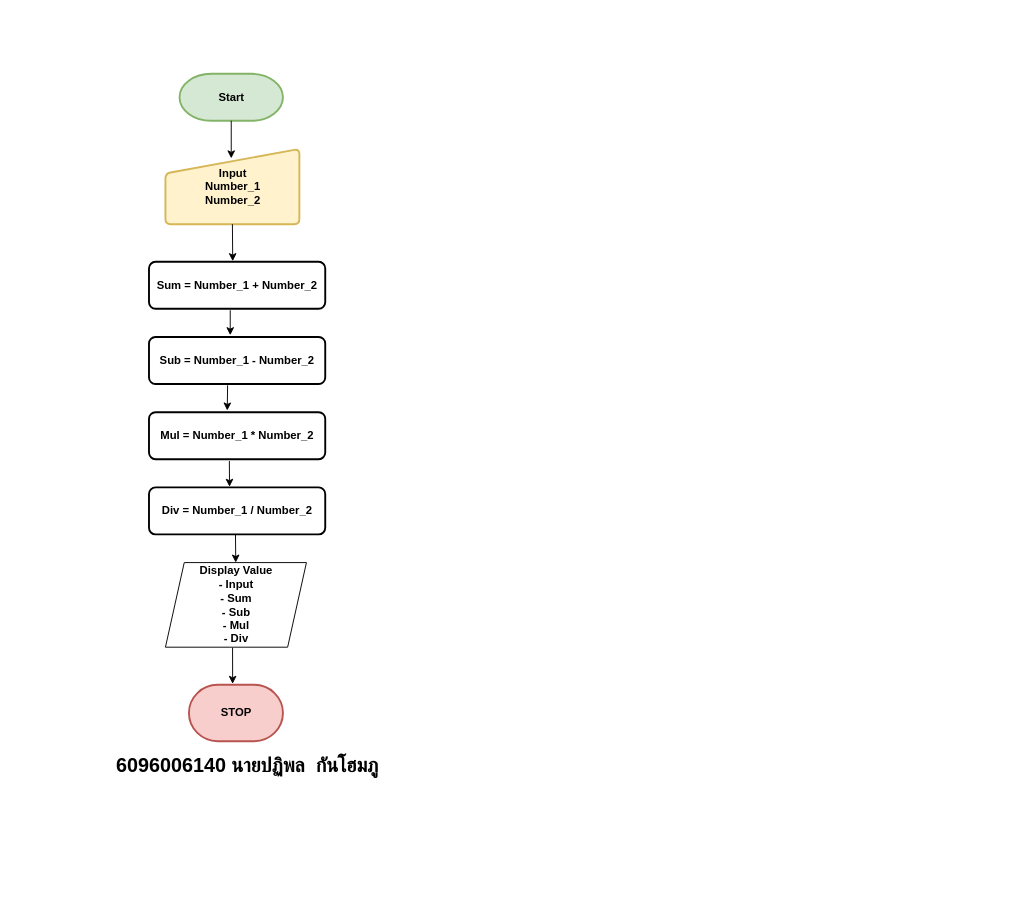
The draw.io diagram EX03_Calculation.drawio in inherthz/LearningByDoing, before the edit. Source tidied: cells renumbered, new cells numbered last; positions are measured from the earlier drawing's top-left corner, leaving out a move shared by most shapes. Both pictures are drawn from the tidied source at 94%, with x=0, y=0 at pixel (40, 73).
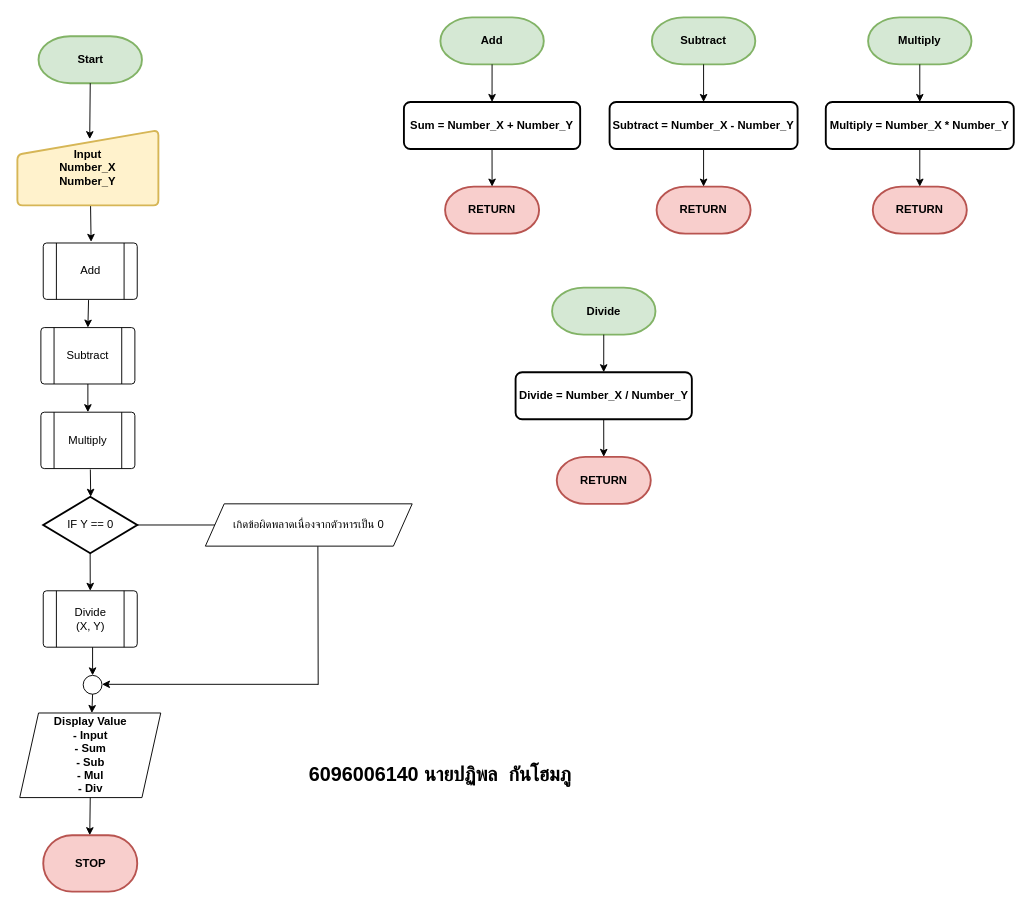
The same page after the edit.

The edit, as a diff of the source:
```diff
@@
     <mxCell id="2" value="Start" style="strokeWidth=2;html=1;shape=mxgraph.flowchart.terminator;whiteSpace=wrap;fontStyle=1;fillColor=#d5e8d4;strokeColor=#82b366;" parent="1" vertex="1">
-      <mxGeometry x="147.5" width="110" height="50" as="geometry" />
+      <mxGeometry x="-2.5" y="-40" width="110" height="50" as="geometry" />
     </mxCell>
-    <mxCell id="3" value="Sum = Number_1 + Number_2" style="rounded=1;whiteSpace=wrap;html=1;absoluteArcSize=1;arcSize=14;strokeWidth=2;fontStyle=1;" parent="1" vertex="1">
-      <mxGeometry x="115" y="200" width="187.5" height="50" as="geometry" />
+    <mxCell id="3" value="Sum = Number_X + Number_Y" style="rounded=1;whiteSpace=wrap;html=1;absoluteArcSize=1;arcSize=14;strokeWidth=2;fontStyle=1;" parent="1" vertex="1">
+      <mxGeometry x="386.2" y="30" width="187.5" height="50" as="geometry" />
     </mxCell>
-    <mxCell id="4" value="Sub = Number_1 - Number_2" style="rounded=1;whiteSpace=wrap;html=1;absoluteArcSize=1;arcSize=14;strokeWidth=2;fontStyle=1;" parent="1" vertex="1">
-      <mxGeometry x="115" y="280" width="187.5" height="50" as="geometry" />
-    </mxCell>
-    <mxCell id="5" value="Mul = Number_1 * Number_2" style="rounded=1;whiteSpace=wrap;html=1;absoluteArcSize=1;arcSize=14;strokeWidth=2;fontStyle=1;" parent="1" vertex="1">
-      <mxGeometry x="115" y="360" width="187.5" height="50" as="geometry" />
-    </mxCell>
-    <mxCell id="6" value="Div = Number_1 / Number_2" style="rounded=1;whiteSpace=wrap;html=1;absoluteArcSize=1;arcSize=14;strokeWidth=2;fontStyle=1;" parent="1" vertex="1">
-      <mxGeometry x="115" y="440" width="187.5" height="50" as="geometry" />
-    </mxCell>
     <mxCell id="7" value="STOP" style="strokeWidth=2;html=1;shape=mxgraph.flowchart.terminator;whiteSpace=wrap;fontStyle=1;fillColor=#f8cecc;strokeColor=#b85450;" parent="1" vertex="1">
-      <mxGeometry x="157.5" y="650" width="100" height="60" as="geometry" />
+      <mxGeometry x="2.5" y="810" width="100" height="60" as="geometry" />
     </mxCell>
-    <mxCell id="8" style="endArrow=classic;html=1;rounded=0;exitX=0.5;exitY=1;exitDx=0;exitDy=0;exitPerimeter=0;entryX=0.5;entryY=0;entryDx=0;entryDy=0;" parent="1" edge="1" source="2">
-      <mxGeometry relative="1" as="geometry">
-        <mxPoint x="202.5" y="90" as="targetPoint" />
-      </mxGeometry>
-    </mxCell>
-    <mxCell id="9" style="endArrow=classic;html=1;rounded=0;entryX=0.461;entryY=-0.038;entryDx=0;entryDy=0;entryPerimeter=0;exitX=0.461;exitY=1.031;exitDx=0;exitDy=0;exitPerimeter=0;" parent="1" edge="1" source="3" target="4">
-      <mxGeometry relative="1" as="geometry" />
-    </mxCell>
-    <mxCell id="10" style="endArrow=classic;html=1;rounded=0;entryX=0.444;entryY=-0.036;entryDx=0;entryDy=0;entryPerimeter=0;exitX=0.446;exitY=1.028;exitDx=0;exitDy=0;exitPerimeter=0;" parent="1" edge="1" source="4" target="5">
-      <mxGeometry relative="1" as="geometry" />
-    </mxCell>
-    <mxCell id="11" style="endArrow=classic;html=1;rounded=0;entryX=0.457;entryY=-0.013;entryDx=0;entryDy=0;entryPerimeter=0;exitX=0.456;exitY=1.039;exitDx=0;exitDy=0;exitPerimeter=0;" parent="1" edge="1" source="5" target="6">
-      <mxGeometry relative="1" as="geometry" />
-    </mxCell>
-    <mxCell id="12" style="endArrow=classic;html=1;rounded=0;entryX=0.495;entryY=-0.029;entryDx=0;entryDy=0;entryPerimeter=0;" parent="1" edge="1">
-      <mxGeometry relative="1" as="geometry">
-        <mxPoint x="207" y="490" as="sourcePoint" />
-        <mxPoint x="207.3" y="520" as="targetPoint" />
-      </mxGeometry>
-    </mxCell>
-    <mxCell id="13" style="endArrow=classic;html=1;rounded=0;exitX=0.476;exitY=1.005;exitDx=0;exitDy=0;exitPerimeter=0;" parent="1" edge="1" source="14">
-      <mxGeometry relative="1" as="geometry">
-        <mxPoint x="204" y="649" as="targetPoint" />
-      </mxGeometry>
-    </mxCell>
     <mxCell id="14" value="&lt;b&gt;Display Value&lt;br&gt;- Input&lt;br style=&quot;border-color: var(--border-color);&quot;&gt;- Sum&lt;br style=&quot;border-color: var(--border-color);&quot;&gt;- Sub&lt;br style=&quot;border-color: var(--border-color);&quot;&gt;- Mul&lt;br style=&quot;border-color: var(--border-color);&quot;&gt;- Div&lt;/b&gt;" style="shape=parallelogram;perimeter=parallelogramPerimeter;whiteSpace=wrap;html=1;fixedSize=1;" parent="1" vertex="1">
-      <mxGeometry x="132.5" y="520" width="150" height="90" as="geometry" />
+      <mxGeometry x="-22.5" y="680" width="150" height="90" as="geometry" />
     </mxCell>
     <mxCell id="15" value="&lt;b&gt;&lt;font style=&quot;font-size: 21px;&quot;&gt;6096006140 นายปฏิพล&amp;nbsp; กันโฮมภู&lt;/font&gt;&lt;/b&gt;" style="text;strokeColor=none;align=center;fillColor=none;html=1;verticalAlign=middle;whiteSpace=wrap;rounded=0;" parent="1" vertex="1">
-      <mxGeometry y="720" width="440" height="30" as="geometry" />
+      <mxGeometry x="205" y="730" width="440" height="30" as="geometry" />
     </mxCell>
-    <mxCell id="16" value="Input&lt;br&gt;Number_1&lt;br&gt;Number_2" style="html=1;strokeWidth=2;shape=manualInput;whiteSpace=wrap;rounded=1;size=26;arcSize=11;fontStyle=1;fillColor=#fff2cc;strokeColor=#d6b656;" parent="1" vertex="1">
-      <mxGeometry x="132.5" y="80" width="142.5" height="80" as="geometry" />
+    <mxCell id="16" value="Input&lt;br&gt;Number_X&lt;br&gt;Number_Y" style="html=1;strokeWidth=2;shape=manualInput;whiteSpace=wrap;rounded=1;size=26;arcSize=11;fontStyle=1;fillColor=#fff2cc;strokeColor=#d6b656;" parent="1" vertex="1">
+      <mxGeometry x="-25" y="60" width="150" height="80" as="geometry" />
     </mxCell>
-    <mxCell id="17" style="endArrow=classic;html=1;rounded=0;exitX=0.5;exitY=1;exitDx=0;exitDy=0;entryX=0.475;entryY=-0.013;entryDx=0;entryDy=0;entryPerimeter=0;" parent="1" edge="1" source="16" target="3">
-      <mxGeometry relative="1" as="geometry" />
-    </mxCell>
+    <mxCell id="18" style="endArrow=classic;html=1;rounded=0;exitX=0.5;exitY=1;exitDx=0;exitDy=0;" parent="1" edge="1" source="14">
+      <mxGeometry relative="1" as="geometry">
+        <mxPoint x="52" y="810" as="targetPoint" />
+      </mxGeometry>
+    </mxCell>
+    <mxCell id="19" style="endArrow=classic;html=1;rounded=0;entryX=0.553;entryY=-0.061;entryDx=0;entryDy=0;entryPerimeter=0;exitX=0.519;exitY=1.01;exitDx=0;exitDy=0;exitPerimeter=0;" parent="1" edge="1" source="16">
+      <mxGeometry relative="1" as="geometry">
+        <mxPoint x="53.4" y="178.8" as="targetPoint" />
+      </mxGeometry>
+    </mxCell>
+    <mxCell id="20" style="endArrow=none;html=1;rounded=0;exitX=0.953;exitY=0.5;exitDx=0;exitDy=0;exitPerimeter=0;" parent="1" edge="1">
+      <mxGeometry relative="1" as="geometry">
+        <mxPoint x="100" y="480" as="sourcePoint" />
+        <mxPoint x="192" y="480" as="targetPoint" />
+      </mxGeometry>
+    </mxCell>
+    <mxCell id="21" value="เกิดข้อผิดพลาดเนื่องจากตัวหารเป็น 0" style="shape=parallelogram;perimeter=parallelogramPerimeter;whiteSpace=wrap;html=1;fixedSize=1;" parent="1" vertex="1">
+      <mxGeometry x="175" y="457.5" width="220" height="45" as="geometry" />
+    </mxCell>
+    <mxCell id="22" style="endArrow=none;html=1;rounded=0;exitX=0.544;exitY=1.004;exitDx=0;exitDy=0;exitPerimeter=0;" parent="1" edge="1" source="21">
+      <mxGeometry relative="1" as="geometry">
+        <mxPoint x="295" y="650" as="targetPoint" />
+      </mxGeometry>
+    </mxCell>
+    <mxCell id="23" value="Add" style="verticalLabelPosition=middle;verticalAlign=middle;html=1;shape=process;whiteSpace=wrap;rounded=1;size=0.14;arcSize=6;labelPosition=center;align=center;" parent="1" vertex="1">
+      <mxGeometry x="2.5" y="180" width="100" height="60" as="geometry" />
+    </mxCell>
+    <mxCell id="24" value="Subtract" style="verticalLabelPosition=middle;verticalAlign=middle;html=1;shape=process;whiteSpace=wrap;rounded=1;size=0.14;arcSize=6;labelPosition=center;align=center;" parent="1" vertex="1">
+      <mxGeometry y="270" width="100" height="60" as="geometry" />
+    </mxCell>
+    <mxCell id="25" style="endArrow=classic;html=1;rounded=0;entryX=0.5;entryY=0;entryDx=0;entryDy=0;exitX=0.482;exitY=1.012;exitDx=0;exitDy=0;exitPerimeter=0;" parent="1" edge="1" source="23" target="24">
+      <mxGeometry relative="1" as="geometry" />
+    </mxCell>
+    <mxCell id="26" value="Multiply" style="verticalLabelPosition=middle;verticalAlign=middle;html=1;shape=process;whiteSpace=wrap;rounded=1;size=0.14;arcSize=6;labelPosition=center;align=center;" parent="1" vertex="1">
+      <mxGeometry y="360" width="100" height="60" as="geometry" />
+    </mxCell>
+    <mxCell id="27" style="endArrow=classic;html=1;rounded=0;entryX=0.5;entryY=0;entryDx=0;entryDy=0;exitX=0.5;exitY=1;exitDx=0;exitDy=0;" parent="1" edge="1" source="24" target="26">
+      <mxGeometry relative="1" as="geometry" />
+    </mxCell>
+    <mxCell id="28" value="Divide&lt;br&gt;(X, Y)" style="verticalLabelPosition=middle;verticalAlign=middle;html=1;shape=process;whiteSpace=wrap;rounded=1;size=0.14;arcSize=6;labelPosition=center;align=center;" parent="1" vertex="1">
+      <mxGeometry x="2.5" y="550" width="100" height="60" as="geometry" />
+    </mxCell>
+    <mxCell id="29" value="IF Y == 0" style="strokeWidth=2;html=1;shape=mxgraph.flowchart.decision;whiteSpace=wrap;" parent="1" vertex="1">
+      <mxGeometry x="2.5" y="450" width="100" height="60" as="geometry" />
+    </mxCell>
+    <mxCell id="30" style="endArrow=classic;html=1;rounded=0;entryX=0.513;entryY=0.119;entryDx=0;entryDy=0;entryPerimeter=0;exitX=0.5;exitY=1;exitDx=0;exitDy=0;exitPerimeter=0;" parent="1" edge="1" source="2" target="16">
+      <mxGeometry relative="1" as="geometry" />
+    </mxCell>
+    <mxCell id="31" style="endArrow=classic;html=1;rounded=0;" parent="1" edge="1">
+      <mxGeometry relative="1" as="geometry">
+        <mxPoint x="295" y="649.5" as="sourcePoint" />
+        <mxPoint x="65" y="649.5" as="targetPoint" />
+      </mxGeometry>
+    </mxCell>
+    <mxCell id="32" style="endArrow=classic;html=1;rounded=0;exitX=0.526;exitY=1.016;exitDx=0;exitDy=0;exitPerimeter=0;" parent="1" edge="1" source="26">
+      <mxGeometry relative="1" as="geometry">
+        <mxPoint x="53" y="450" as="targetPoint" />
+      </mxGeometry>
+    </mxCell>
+    <mxCell id="33" style="endArrow=classic;html=1;rounded=0;exitX=0.526;exitY=1.016;exitDx=0;exitDy=0;exitPerimeter=0;entryX=0.5;entryY=0;entryDx=0;entryDy=0;" parent="1" edge="1" target="28">
+      <mxGeometry relative="1" as="geometry">
+        <mxPoint x="52.4" y="510" as="sourcePoint" />
+      </mxGeometry>
+    </mxCell>
+    <mxCell id="34" value="Add" style="strokeWidth=2;html=1;shape=mxgraph.flowchart.terminator;whiteSpace=wrap;fontStyle=1;fillColor=#d5e8d4;strokeColor=#82b366;" parent="1" vertex="1">
+      <mxGeometry x="425" y="-60" width="110" height="50" as="geometry" />
+    </mxCell>
+    <mxCell id="35" value="RETURN" style="strokeWidth=2;html=1;shape=mxgraph.flowchart.terminator;whiteSpace=wrap;fontStyle=1;fillColor=#f8cecc;strokeColor=#b85450;" parent="1" vertex="1">
+      <mxGeometry x="430" y="120" width="100" height="50" as="geometry" />
+    </mxCell>
+    <mxCell id="36" style="endArrow=classic;html=1;rounded=0;exitX=0.5;exitY=1;exitDx=0;exitDy=0;exitPerimeter=0;entryX=0.5;entryY=0;entryDx=0;entryDy=0;" parent="1" edge="1" source="34" target="3">
+      <mxGeometry relative="1" as="geometry" />
+    </mxCell>
+    <mxCell id="37" style="endArrow=classic;html=1;rounded=0;exitX=0.5;exitY=1;exitDx=0;exitDy=0;entryX=0.5;entryY=0;entryDx=0;entryDy=0;entryPerimeter=0;" parent="1" edge="1" source="3" target="35">
+      <mxGeometry relative="1" as="geometry" />
+    </mxCell>
+    <mxCell id="38" value="Subtract = Number_X - Number_Y" style="rounded=1;whiteSpace=wrap;html=1;absoluteArcSize=1;arcSize=14;strokeWidth=2;fontStyle=1;" parent="1" vertex="1">
+      <mxGeometry x="605" y="30" width="200" height="50" as="geometry" />
+    </mxCell>
+    <mxCell id="39" value="Subtract" style="strokeWidth=2;html=1;shape=mxgraph.flowchart.terminator;whiteSpace=wrap;fontStyle=1;fillColor=#d5e8d4;strokeColor=#82b366;" parent="1" vertex="1">
+      <mxGeometry x="650" y="-60" width="110" height="50" as="geometry" />
+    </mxCell>
+    <mxCell id="40" value="RETURN" style="strokeWidth=2;html=1;shape=mxgraph.flowchart.terminator;whiteSpace=wrap;fontStyle=1;fillColor=#f8cecc;strokeColor=#b85450;" parent="1" vertex="1">
+      <mxGeometry x="655" y="120" width="100" height="50" as="geometry" />
+    </mxCell>
+    <mxCell id="41" style="endArrow=classic;html=1;rounded=0;exitX=0.5;exitY=1;exitDx=0;exitDy=0;exitPerimeter=0;entryX=0.5;entryY=0;entryDx=0;entryDy=0;" parent="1" edge="1" source="39" target="38">
+      <mxGeometry relative="1" as="geometry" />
+    </mxCell>
+    <mxCell id="42" style="endArrow=classic;html=1;rounded=0;exitX=0.5;exitY=1;exitDx=0;exitDy=0;entryX=0.5;entryY=0;entryDx=0;entryDy=0;entryPerimeter=0;" parent="1" edge="1" source="38" target="40">
+      <mxGeometry relative="1" as="geometry" />
+    </mxCell>
+    <mxCell id="43" value="Multiply = Number_X * Number_Y" style="rounded=1;whiteSpace=wrap;html=1;absoluteArcSize=1;arcSize=14;strokeWidth=2;fontStyle=1;" parent="1" vertex="1">
+      <mxGeometry x="835" y="30" width="200" height="50" as="geometry" />
+    </mxCell>
+    <mxCell id="44" value="Multiply" style="strokeWidth=2;html=1;shape=mxgraph.flowchart.terminator;whiteSpace=wrap;fontStyle=1;fillColor=#d5e8d4;strokeColor=#82b366;" parent="1" vertex="1">
+      <mxGeometry x="880" y="-60" width="110" height="50" as="geometry" />
+    </mxCell>
+    <mxCell id="45" value="RETURN" style="strokeWidth=2;html=1;shape=mxgraph.flowchart.terminator;whiteSpace=wrap;fontStyle=1;fillColor=#f8cecc;strokeColor=#b85450;" parent="1" vertex="1">
+      <mxGeometry x="885" y="120" width="100" height="50" as="geometry" />
+    </mxCell>
+    <mxCell id="46" style="endArrow=classic;html=1;rounded=0;exitX=0.5;exitY=1;exitDx=0;exitDy=0;exitPerimeter=0;entryX=0.5;entryY=0;entryDx=0;entryDy=0;" parent="1" edge="1" source="44" target="43">
+      <mxGeometry relative="1" as="geometry" />
+    </mxCell>
+    <mxCell id="47" style="endArrow=classic;html=1;rounded=0;exitX=0.5;exitY=1;exitDx=0;exitDy=0;entryX=0.5;entryY=0;entryDx=0;entryDy=0;entryPerimeter=0;" parent="1" edge="1" source="43" target="45">
+      <mxGeometry relative="1" as="geometry" />
+    </mxCell>
+    <mxCell id="48" value="Divide = Number_X / Number_Y" style="rounded=1;whiteSpace=wrap;html=1;absoluteArcSize=1;arcSize=14;strokeWidth=2;fontStyle=1;" parent="1" vertex="1">
+      <mxGeometry x="505" y="317.5" width="187.5" height="50" as="geometry" />
+    </mxCell>
+    <mxCell id="49" value="Divide" style="strokeWidth=2;html=1;shape=mxgraph.flowchart.terminator;whiteSpace=wrap;fontStyle=1;fillColor=#d5e8d4;strokeColor=#82b366;" parent="1" vertex="1">
+      <mxGeometry x="543.8" y="227.5" width="110" height="50" as="geometry" />
+    </mxCell>
+    <mxCell id="50" value="RETURN" style="strokeWidth=2;html=1;shape=mxgraph.flowchart.terminator;whiteSpace=wrap;fontStyle=1;fillColor=#f8cecc;strokeColor=#b85450;" parent="1" vertex="1">
+      <mxGeometry x="548.8" y="407.5" width="100" height="50" as="geometry" />
+    </mxCell>
+    <mxCell id="51" style="endArrow=classic;html=1;rounded=0;exitX=0.5;exitY=1;exitDx=0;exitDy=0;exitPerimeter=0;entryX=0.5;entryY=0;entryDx=0;entryDy=0;" parent="1" edge="1" source="49" target="48">
+      <mxGeometry relative="1" as="geometry" />
+    </mxCell>
+    <mxCell id="52" style="endArrow=classic;html=1;rounded=0;exitX=0.5;exitY=1;exitDx=0;exitDy=0;entryX=0.5;entryY=0;entryDx=0;entryDy=0;entryPerimeter=0;" parent="1" edge="1" source="48" target="50">
+      <mxGeometry relative="1" as="geometry" />
+    </mxCell>
+    <mxCell id="53" style="ellipse;whiteSpace=wrap;html=1;" parent="1" vertex="1">
+      <mxGeometry x="45" y="640" width="20" height="20" as="geometry" />
+    </mxCell>
+    <mxCell id="54" style="endArrow=classic;html=1;rounded=0;entryX=0.5;entryY=0;entryDx=0;entryDy=0;" parent="1" edge="1" target="53">
+      <mxGeometry relative="1" as="geometry">
+        <mxPoint x="55" y="610" as="sourcePoint" />
+      </mxGeometry>
+    </mxCell>
+    <mxCell id="55" style="endArrow=classic;html=1;rounded=0;exitX=0.5;exitY=1;exitDx=0;exitDy=0;" parent="1" edge="1" source="53" target="14">
+      <mxGeometry relative="1" as="geometry" />
+    </mxCell>
```
